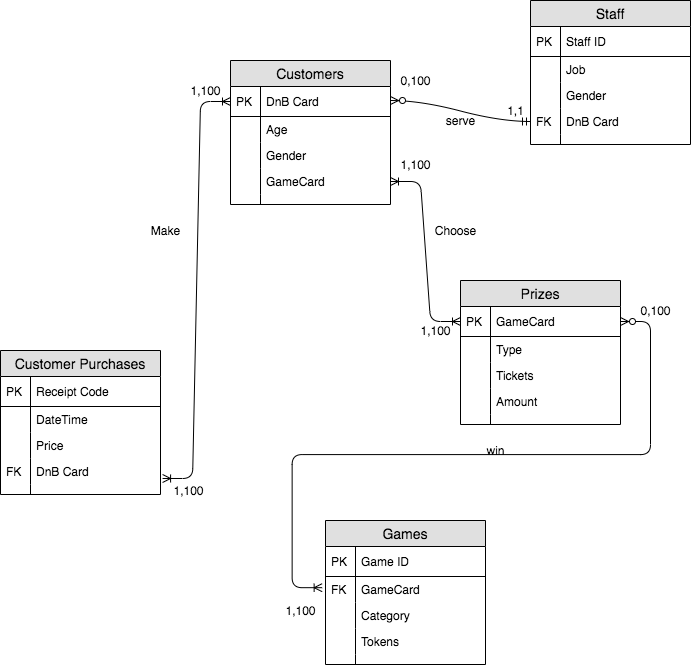
The draw.io diagram DnB Diagram.png in rcd5268/IST210, before a commit. Source tidied: cells renumbered, new cells last; positions are measured from the earlier drawing's top-left corner, leaving out a move shared by most shapes.
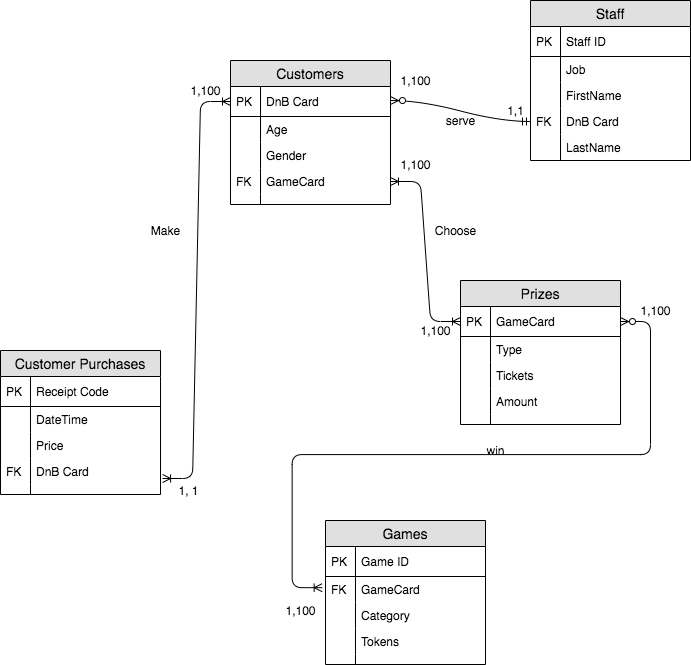
After the commit.

Change to the diagram source:
```diff
@@ -69,7 +69,7 @@
       <mxGeometry width="30" height="10" as="geometry" />
     </mxCell>
     <mxCell id="24" value="Staff" style="swimlane;fontStyle=0;horizontal=1;startSize=26;fillColor=#e0e0e0;swimlaneFillColor=#ffffff;align=center;fontSize=14;" parent="1" vertex="1">
-      <mxGeometry x="530" width="160" height="144" as="geometry" />
+      <mxGeometry x="530" width="160" height="160" as="geometry" />
     </mxCell>
     <mxCell id="25" value="Staff ID" style="shape=partialRectangle;top=0;left=0;right=0;bottom=1;align=left;verticalAlign=middle;fillColor=none;spacingLeft=34;spacingRight=4;overflow=hidden;fontStyle=0;fontSize=12;" parent="24" vertex="1">
       <mxGeometry y="26" width="160" height="30" as="geometry" />
@@ -83,7 +83,7 @@
     <mxCell id="28" style="shape=partialRectangle;top=0;left=0;bottom=0;fillColor=none;align=left;verticalAlign=top;spacingLeft=4;spacingRight=4;overflow=hidden;fontSize=12;" parent="27" vertex="1">
       <mxGeometry width="30" height="26" as="geometry" />
     </mxCell>
-    <mxCell id="29" value="Gender" style="shape=partialRectangle;top=0;left=0;right=0;bottom=0;align=left;verticalAlign=top;fillColor=none;spacingLeft=34;spacingRight=4;overflow=hidden;fontSize=12;" parent="24" vertex="1">
+    <mxCell id="29" value="FirstName&#10;" style="shape=partialRectangle;top=0;left=0;right=0;bottom=0;align=left;verticalAlign=top;fillColor=none;spacingLeft=34;spacingRight=4;overflow=hidden;fontSize=12;" parent="24" vertex="1">
       <mxGeometry y="82" width="160" height="26" as="geometry" />
     </mxCell>
     <mxCell id="30" style="shape=partialRectangle;top=0;left=0;bottom=0;fillColor=none;align=left;verticalAlign=top;spacingLeft=4;spacingRight=4;overflow=hidden;fontSize=12;" parent="29" vertex="1">
@@ -95,11 +95,11 @@
     <mxCell id="32" value="FK" style="shape=partialRectangle;top=0;left=0;bottom=0;fillColor=none;align=left;verticalAlign=top;spacingLeft=4;spacingRight=4;overflow=hidden;fontSize=12;" parent="31" vertex="1">
       <mxGeometry width="30" height="26" as="geometry" />
     </mxCell>
-    <mxCell id="33" style="shape=partialRectangle;top=0;left=0;right=0;bottom=0;align=left;verticalAlign=top;fillColor=none;spacingLeft=34;spacingRight=4;overflow=hidden;fontSize=12;" parent="24" vertex="1">
-      <mxGeometry y="134" width="160" height="10" as="geometry" />
+    <mxCell id="33" value="LastName" style="shape=partialRectangle;top=0;left=0;right=0;bottom=0;align=left;verticalAlign=top;fillColor=none;spacingLeft=34;spacingRight=4;overflow=hidden;fontSize=12;" parent="24" vertex="1">
+      <mxGeometry y="134" width="160" height="26" as="geometry" />
     </mxCell>
     <mxCell id="34" style="shape=partialRectangle;top=0;left=0;bottom=0;fillColor=none;align=left;verticalAlign=top;spacingLeft=4;spacingRight=4;overflow=hidden;fontSize=12;" parent="33" vertex="1">
-      <mxGeometry width="30" height="10" as="geometry" />
+      <mxGeometry width="30" height="26" as="geometry" />
     </mxCell>
     <mxCell id="35" value="Customers" style="swimlane;fontStyle=0;horizontal=1;startSize=26;fillColor=#e0e0e0;swimlaneFillColor=#ffffff;align=center;fontSize=14;" parent="1" vertex="1">
       <mxGeometry x="230" y="60" width="160" height="144" as="geometry" />
@@ -125,7 +125,7 @@
     <mxCell id="42" value="GameCard" style="shape=partialRectangle;top=0;left=0;right=0;bottom=0;align=left;verticalAlign=top;fillColor=none;spacingLeft=34;spacingRight=4;overflow=hidden;points=[[0,0.5],[1,0.5]];portConstraint=eastwest;fontSize=12;" parent="35" vertex="1">
       <mxGeometry y="108" width="160" height="26" as="geometry" />
     </mxCell>
-    <mxCell id="43" style="shape=partialRectangle;top=0;left=0;bottom=0;fillColor=none;align=left;verticalAlign=top;spacingLeft=4;spacingRight=4;overflow=hidden;fontSize=12;" parent="42" vertex="1">
+    <mxCell id="43" value="FK&#10;" style="shape=partialRectangle;top=0;left=0;bottom=0;fillColor=none;align=left;verticalAlign=top;spacingLeft=4;spacingRight=4;overflow=hidden;fontSize=12;" parent="42" vertex="1">
       <mxGeometry width="30" height="26" as="geometry" />
     </mxCell>
     <mxCell id="44" style="shape=partialRectangle;top=0;left=0;right=0;bottom=0;align=left;verticalAlign=top;fillColor=none;spacingLeft=34;spacingRight=4;overflow=hidden;fontSize=12;" parent="35" vertex="1">
@@ -170,8 +170,8 @@
     <mxCell id="57" style="edgeStyle=entityRelationEdgeStyle;fontSize=12;html=1;endArrow=ERoneToMany;startArrow=ERoneToMany;entryX=0;entryY=0.5;entryDx=0;entryDy=0;exitX=1.013;exitY=0.769;exitDx=0;exitDy=0;exitPerimeter=0;" parent="1" edge="1" source="9" target="36">
       <mxGeometry relative="1" as="geometry" />
     </mxCell>
-    <mxCell id="58" value="1,100" style="text;html=1;align=center;verticalAlign=middle;" parent="1" vertex="1">
-      <mxGeometry x="163" y="480" width="50" height="20" as="geometry" />
+    <mxCell id="58" value="1, 1" style="text;html=1;align=center;verticalAlign=middle;" parent="1" vertex="1">
+      <mxGeometry x="168" y="480" width="40" height="20" as="geometry" />
     </mxCell>
     <mxCell id="59" value="Make" style="text;html=1;align=center;verticalAlign=middle;" parent="1" vertex="1">
       <mxGeometry x="145" y="220" width="40" height="20" as="geometry" />
@@ -196,7 +196,7 @@
         <mxPoint x="390" y="100" as="sourcePoint" />
       </mxGeometry>
     </mxCell>
-    <mxCell id="66" value="0,100" style="text;html=1;align=center;verticalAlign=middle;" parent="1" vertex="1">
+    <mxCell id="66" value="1,100" style="text;html=1;align=center;verticalAlign=middle;" parent="1" vertex="1">
       <mxGeometry x="390" y="70" width="50" height="20" as="geometry" />
     </mxCell>
     <mxCell id="67" value="serve" style="text;html=1;align=center;verticalAlign=middle;" parent="1" vertex="1">
@@ -211,7 +211,7 @@
     <mxCell id="70" value="win" style="text;html=1;align=center;verticalAlign=middle;" parent="1" vertex="1">
       <mxGeometry x="480" y="440" width="30" height="20" as="geometry" />
     </mxCell>
-    <mxCell id="71" value="0,100" style="text;html=1;align=center;verticalAlign=middle;" parent="1" vertex="1">
+    <mxCell id="71" value="1,100" style="text;html=1;align=center;verticalAlign=middle;" parent="1" vertex="1">
       <mxGeometry x="630" y="300" width="50" height="20" as="geometry" />
     </mxCell>
     <mxCell id="72" value="1,100" style="text;html=1;align=center;verticalAlign=middle;" parent="1" vertex="1">
```
